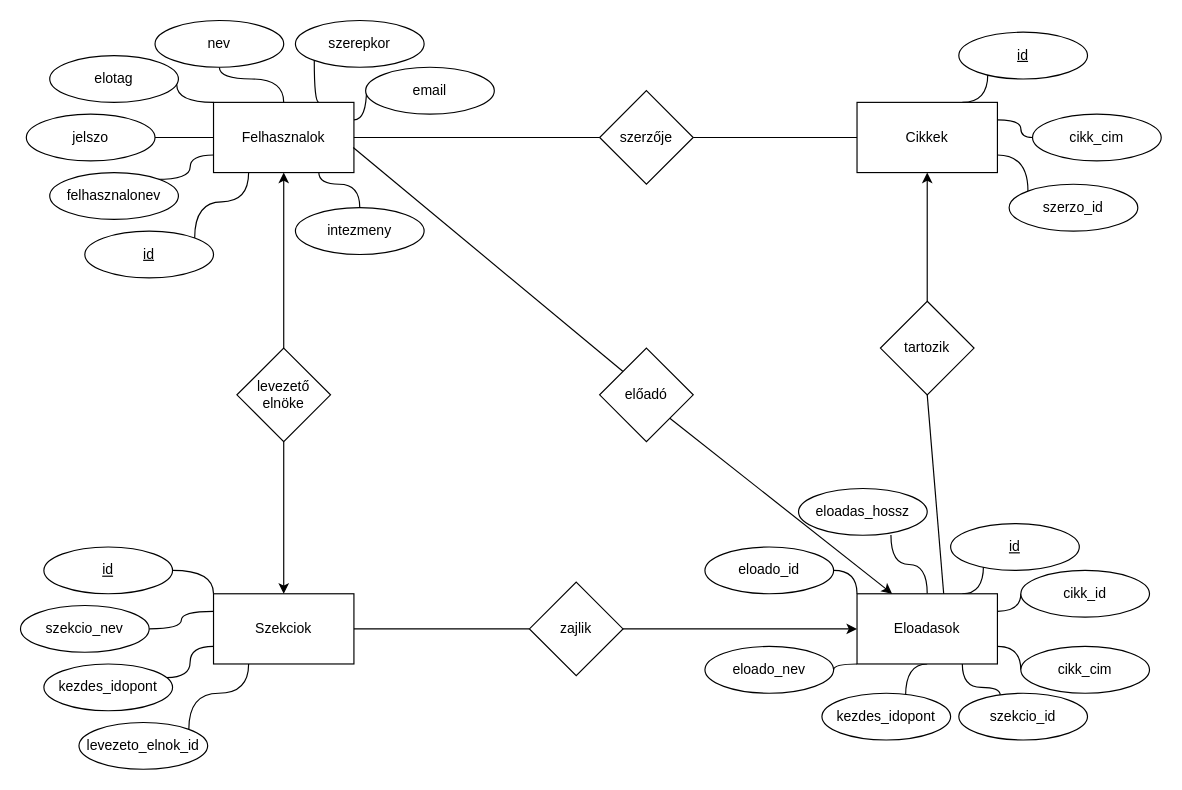
FMisi/konferencia keeps this draw.io diagram as konferencia/dokumentacio/e-k_diagram.drawio. Above is the earlier version. Source tidied: cells renumbered, new cells numbered last; positions are measured from the earlier drawing's top-left corner, leaving out a move shared by most shapes. Both pictures are drawn from the tidied source at 117%, with x=0, y=0 at pixel (20, 20).
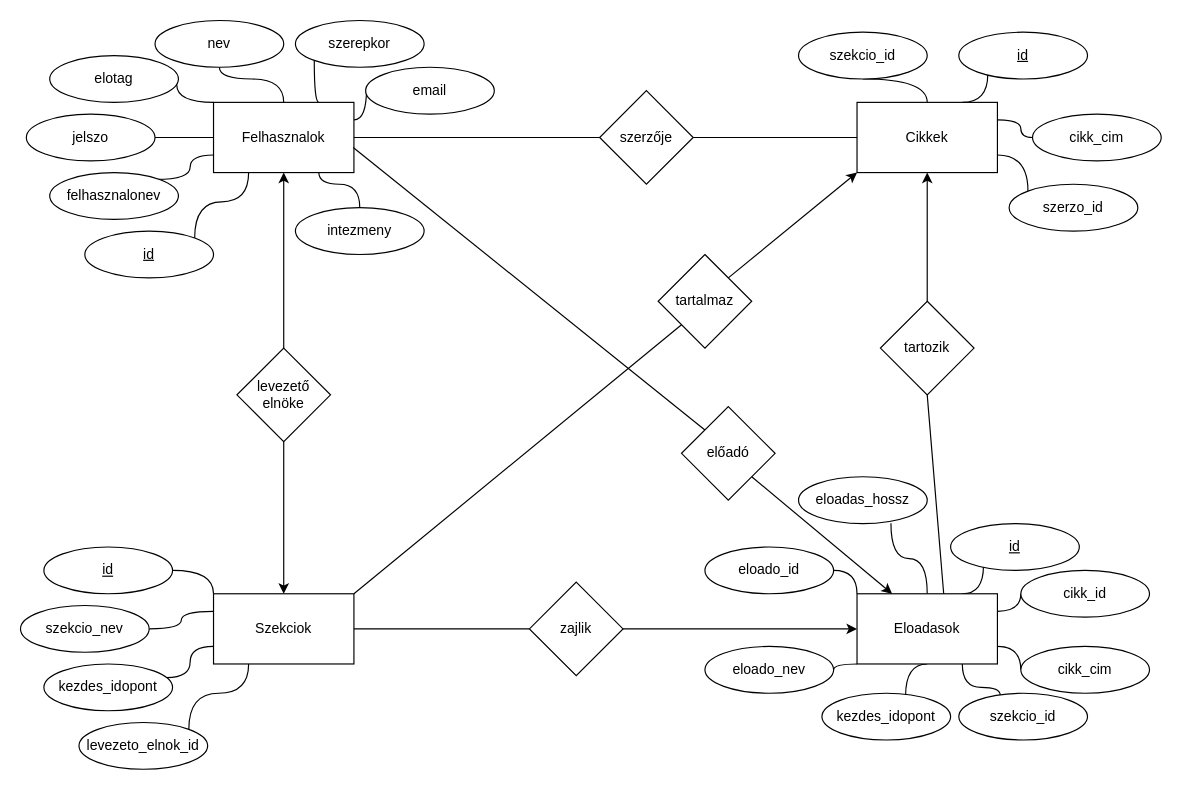
The same page after the edit.

Unchanged cells that the change refers to:
```xml
<mxCell id="6" value="Szekciok" style="rounded=0;whiteSpace=wrap;html=1;" parent="1" vertex="1">
  <mxGeometry x="165" y="490" width="120" height="60" as="geometry" />
</mxCell>
<mxCell id="28" value="Cikkek" style="rounded=0;whiteSpace=wrap;html=1;" parent="1" vertex="1">
  <mxGeometry x="715" y="70" width="120" height="60" as="geometry" />
</mxCell>
```

What changed in the source:
```diff
@@
+    <mxCell id="67" style="rounded=0;jettySize=auto;html=1;exitX=1;exitY=0;exitDx=0;exitDy=0;entryX=0;entryY=1;entryDx=0;entryDy=0;endArrow=none;endFill=0;" parent="1" edge="1" source="6" target="71">
+      <mxGeometry relative="1" as="geometry" />
+    </mxCell>
@@
+    <mxCell id="68" style="edgeStyle=orthogonalEdgeStyle;rounded=0;jettySize=auto;html=1;entryX=0.5;entryY=1;entryDx=0;entryDy=0;curved=1;endArrow=none;endFill=0;" parent="1" edge="1" source="28" target="69">
+      <mxGeometry relative="1" as="geometry" />
+    </mxCell>
@@
     <mxCell id="50" value="eloadas_hossz" style="ellipse;whiteSpace=wrap;html=1;" parent="1" vertex="1">
-      <mxGeometry x="665" y="400" width="110" height="40" as="geometry" />
+      <mxGeometry x="665" y="390" width="110" height="40" as="geometry" />
     </mxCell>
@@
     <mxCell id="66" value="előadó" style="rhombus;whiteSpace=wrap;html=1;" parent="1" vertex="1">
-      <mxGeometry x="495" y="280" width="80" height="80" as="geometry" />
+      <mxGeometry x="565" y="330" width="80" height="80" as="geometry" />
     </mxCell>
+    <mxCell id="69" value="szekcio_id" style="ellipse;whiteSpace=wrap;html=1;" parent="1" vertex="1">
+      <mxGeometry x="665" y="10" width="110" height="40" as="geometry" />
+    </mxCell>
+    <mxCell id="70" style="edgeStyle=none;rounded=0;jettySize=auto;html=1;exitX=1;exitY=0;exitDx=0;exitDy=0;entryX=0;entryY=1;entryDx=0;entryDy=0;endArrow=classic;endFill=1;" parent="1" edge="1" source="71" target="28">
+      <mxGeometry relative="1" as="geometry" />
+    </mxCell>
+    <mxCell id="71" value="tartalmaz" style="rhombus;whiteSpace=wrap;html=1;" parent="1" vertex="1">
+      <mxGeometry x="545" y="200" width="80" height="80" as="geometry" />
+    </mxCell>
```
